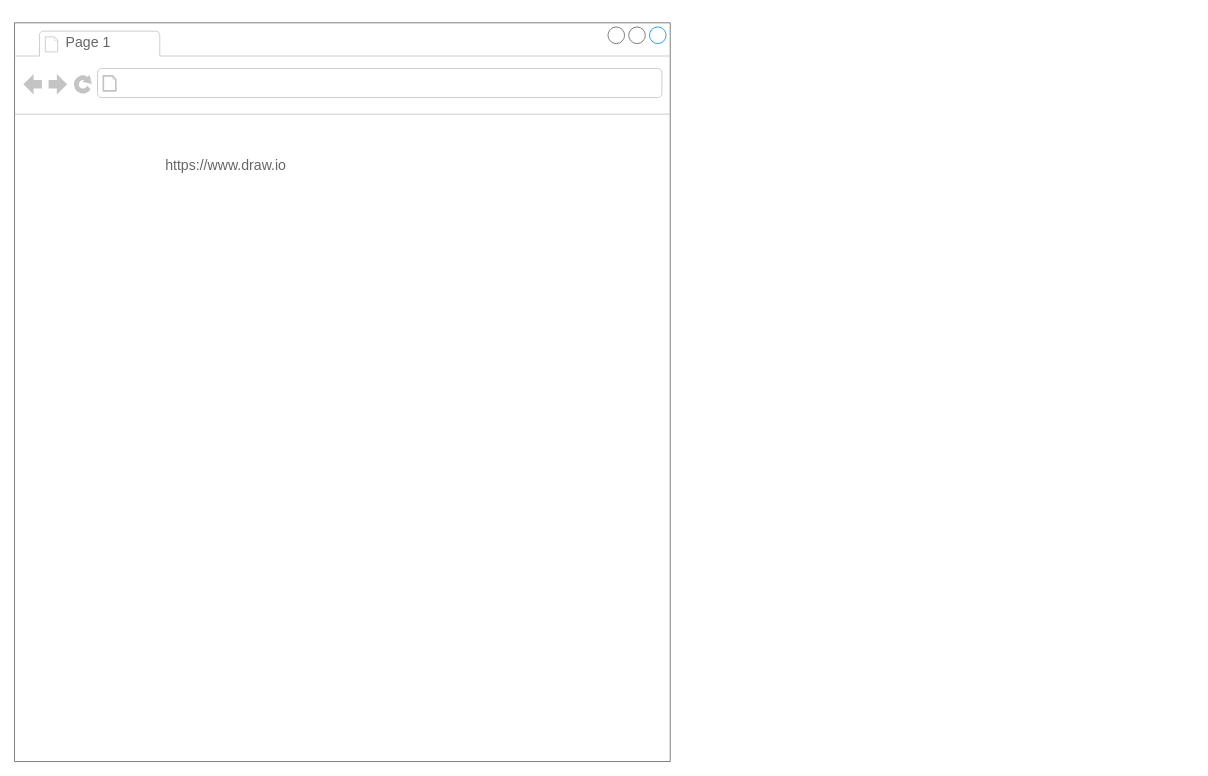
Above: Untitled Diagram.drawio in 2259687814/test (draw.io), before the change. Source tidied: cells renumbered, new cells numbered last; positions are measured from the earlier drawing's top-left corner, leaving out a move shared by most shapes. Both pictures are drawn from the tidied source at 83%, with x=0, y=0 at pixel (14, 22).
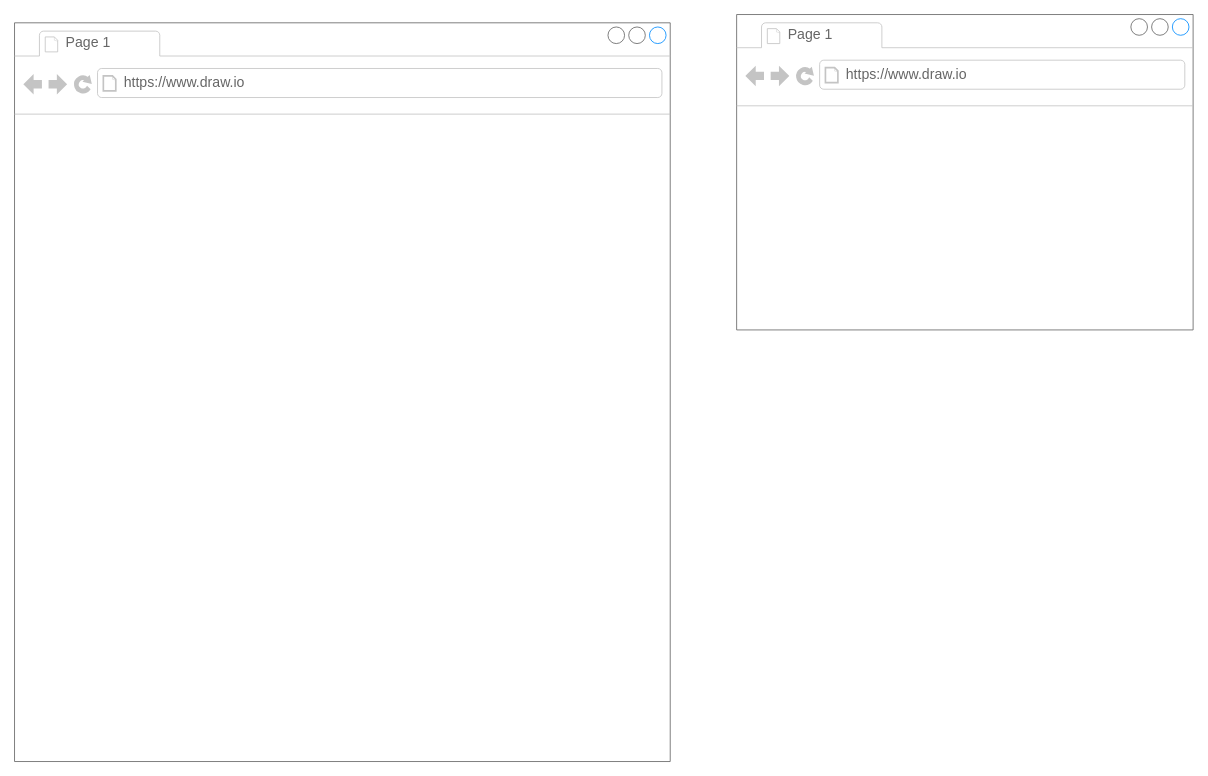
After the change.

What changed in the source:
```diff
@@
 <mxGraphModel>
   <root>
     <mxCell id="0" />
     <mxCell id="1" parent="0" />
     <mxCell id="2" style="strokeWidth=1;shadow=0;dashed=0;align=center;html=1;shape=mxgraph.mockup.containers.browserWindow;rSize=0;strokeColor=#666666;strokeColor2=#008cff;strokeColor3=#c4c4c4;mainText=,;" parent="1" vertex="1">
       <mxGeometry width="790" height="890" as="geometry" />
     </mxCell>
     <mxCell id="3" value="Page 1" style="strokeWidth=1;shadow=0;dashed=0;align=center;html=1;shape=mxgraph.mockup.containers.anchor;fontSize=17;fontColor=#666666;align=left;" parent="2" vertex="1">
       <mxGeometry x="60" y="12" width="110" height="26" as="geometry" />
     </mxCell>
     <mxCell id="4" value="https://www.draw.io" style="strokeWidth=1;shadow=0;dashed=0;align=center;html=1;shape=mxgraph.mockup.containers.anchor;rSize=0;fontSize=17;fontColor=#666666;align=left;" parent="2" vertex="1">
-      <mxGeometry x="180" y="160" width="250" height="26" as="geometry" />
+      <mxGeometry x="130" y="60" width="250" height="26" as="geometry" />
     </mxCell>
+    <mxCell id="5" style="strokeWidth=1;shadow=0;dashed=0;align=center;html=1;shape=mxgraph.mockup.containers.browserWindow;rSize=0;strokeColor=#666666;strokeColor2=#008cff;strokeColor3=#c4c4c4;mainText=,;" parent="1" vertex="1">
+      <mxGeometry x="870" y="-10" width="550" height="380" as="geometry" />
+    </mxCell>
+    <mxCell id="6" value="Page 1" style="strokeWidth=1;shadow=0;dashed=0;align=center;html=1;shape=mxgraph.mockup.containers.anchor;fontSize=17;fontColor=#666666;align=left;" parent="5" vertex="1">
+      <mxGeometry x="60" y="12" width="110" height="26" as="geometry" />
+    </mxCell>
+    <mxCell id="7" value="https://www.draw.io" style="strokeWidth=1;shadow=0;dashed=0;align=center;html=1;shape=mxgraph.mockup.containers.anchor;rSize=0;fontSize=17;fontColor=#666666;align=left;" parent="5" vertex="1">
+      <mxGeometry x="130" y="60" width="250" height="26" as="geometry" />
+    </mxCell>
   </root>
 </mxGraphModel>
```
